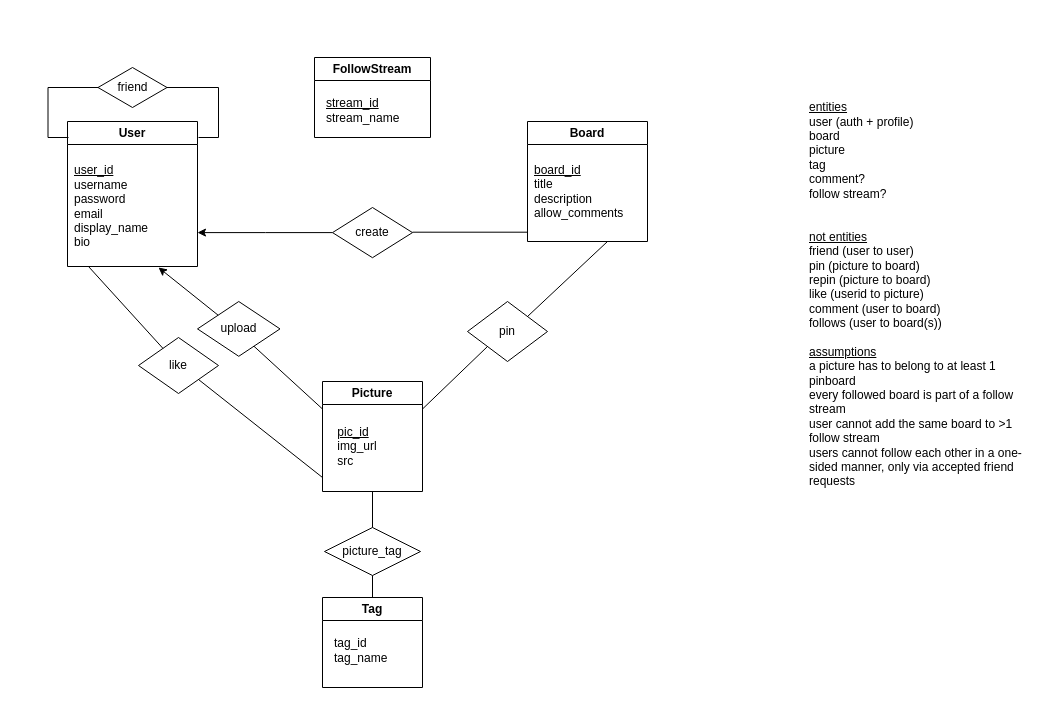
This is finalproject-er1.drawio from cucumberpeel/drawio-diagrams, a draw.io file, before an edit. Source tidied: cells renumbered, new cells numbered last; positions are measured from the earlier drawing's top-left corner, leaving out a move shared by most shapes. Both pictures are drawn from the tidied source at 100%, with x=0, y=0 at pixel (48, 57).
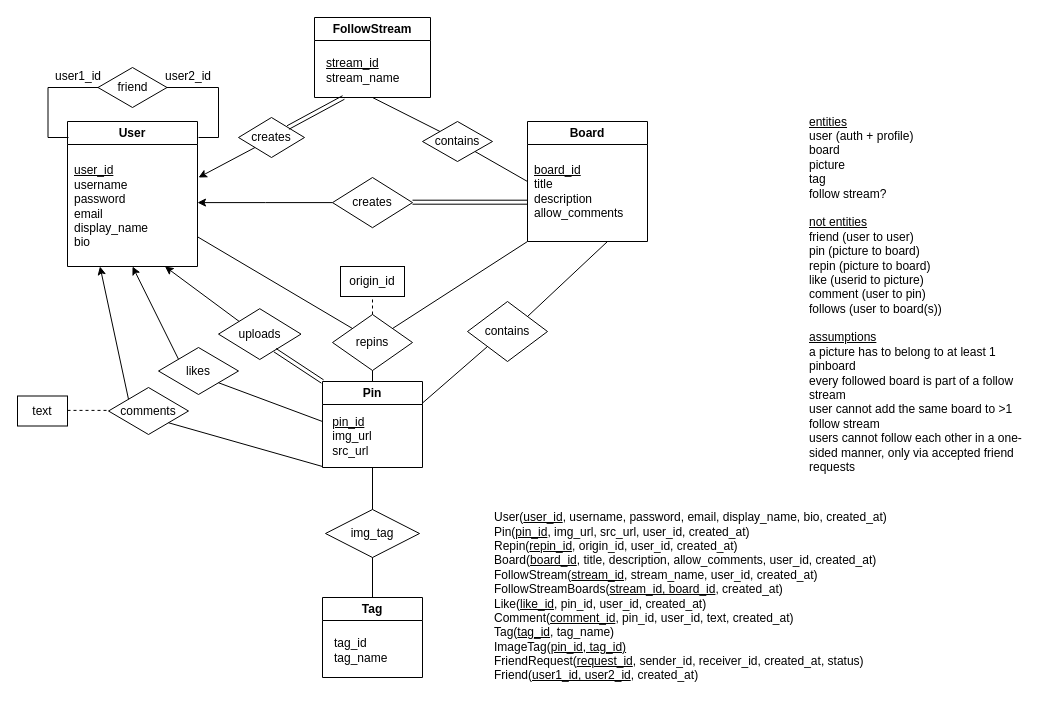
Above is the later version.

Unchanged cells that the change refers to:
```xml
<mxCell id="2" value="User" style="swimlane;whiteSpace=wrap;html=1;" parent="1" vertex="1">
  <mxGeometry x="19" y="64" width="130" height="145" as="geometry" />
</mxCell>
<mxCell id="4" value="Board" style="swimlane;whiteSpace=wrap;html=1;" parent="1" vertex="1">
  <mxGeometry x="479" y="64" width="120" height="120" as="geometry" />
</mxCell>
```

Diff of the diagram source:
```diff
@@
-    <mxCell id="6" value="&lt;div&gt;&lt;u&gt;entities&lt;/u&gt;&lt;/div&gt;user (auth + profile)&lt;div&gt;board&lt;/div&gt;&lt;div&gt;picture&lt;/div&gt;&lt;div&gt;tag&lt;/div&gt;&lt;div&gt;&lt;span style=&quot;background-color: transparent; color: light-dark(rgb(0, 0, 0), rgb(255, 255, 255));&quot;&gt;comment?&lt;/span&gt;&lt;/div&gt;&lt;div&gt;follow stream?&lt;/div&gt;&lt;div&gt;&lt;br&gt;&lt;/div&gt;&lt;div&gt;&lt;br&gt;&lt;/div&gt;&lt;div&gt;&lt;u&gt;not entities&lt;/u&gt;&lt;/div&gt;&lt;div&gt;friend (user to user)&lt;/div&gt;&lt;div&gt;pin (picture to board)&lt;/div&gt;&lt;div&gt;repin (picture to board)&lt;/div&gt;&lt;div&gt;&lt;div style=&quot;--tw-scale-x: 1; --tw-scale-y: 1; --tw-pan-x: ; --tw-pan-y: ; --tw-pinch-zoom: ; --tw-scroll-snap-strictness: proximity; --tw-gradient-from-position: ; --tw-gradient-via-position: ; --tw-gradient-to-position: ; --tw-ordinal: ; --tw-slashed-zero: ; --tw-numeric-figure: ; --tw-numeric-spacing: ; --tw-numeric-fraction: ; --tw-ring-inset: ; --tw-ring-offset-width: 0px; --tw-ring-offset-color: light-dark(#fff, #000000); --tw-ring-color: rgb(59 130 246 / .5); --tw-ring-offset-shadow: 0 0 #0000; --tw-ring-shadow: 0 0 #0000; --tw-shadow: 0 0 #0000; --tw-shadow-colored: 0 0 #0000; --tw-blur: ; --tw-brightness: ; --tw-contrast: ; --tw-grayscale: ; --tw-hue-rotate: ; --tw-invert: ; --tw-saturate: ; --tw-sepia: ; --tw-drop-shadow: ; --tw-backdrop-blur: ; --tw-backdrop-brightness: ; --tw-backdrop-contrast: ; --tw-backdrop-grayscale: ; --tw-backdrop-hue-rotate: ; --tw-backdrop-invert: ; --tw-backdrop-opacity: ; --tw-backdrop-saturate: ; --tw-backdrop-sepia: ;&quot;&gt;like (userid to picture)&lt;/div&gt;&lt;/div&gt;&lt;div style=&quot;--tw-scale-x: 1; --tw-scale-y: 1; --tw-pan-x: ; --tw-pan-y: ; --tw-pinch-zoom: ; --tw-scroll-snap-strictness: proximity; --tw-gradient-from-position: ; --tw-gradient-via-position: ; --tw-gradient-to-position: ; --tw-ordinal: ; --tw-slashed-zero: ; --tw-numeric-figure: ; --tw-numeric-spacing: ; --tw-numeric-fraction: ; --tw-ring-inset: ; --tw-ring-offset-width: 0px; --tw-ring-offset-color: light-dark(#fff, #000000); --tw-ring-color: rgb(59 130 246 / .5); --tw-ring-offset-shadow: 0 0 #0000; --tw-ring-shadow: 0 0 #0000; --tw-shadow: 0 0 #0000; --tw-shadow-colored: 0 0 #0000; --tw-blur: ; --tw-brightness: ; --tw-contrast: ; --tw-grayscale: ; --tw-hue-rotate: ; --tw-invert: ; --tw-saturate: ; --tw-sepia: ; --tw-drop-shadow: ; --tw-backdrop-blur: ; --tw-backdrop-brightness: ; --tw-backdrop-contrast: ; --tw-backdrop-grayscale: ; --tw-backdrop-hue-rotate: ; --tw-backdrop-invert: ; --tw-backdrop-opacity: ; --tw-backdrop-saturate: ; --tw-backdrop-sepia: ;&quot;&gt;comment (user to board)&lt;/div&gt;&lt;div style=&quot;--tw-scale-x: 1; --tw-scale-y: 1; --tw-pan-x: ; --tw-pan-y: ; --tw-pinch-zoom: ; --tw-scroll-snap-strictness: proximity; --tw-gradient-from-position: ; --tw-gradient-via-position: ; --tw-gradient-to-position: ; --tw-ordinal: ; --tw-slashed-zero: ; --tw-numeric-figure: ; --tw-numeric-spacing: ; --tw-numeric-fraction: ; --tw-ring-inset: ; --tw-ring-offset-width: 0px; --tw-ring-offset-color: light-dark(#fff, #000000); --tw-ring-color: rgb(59 130 246 / .5); --tw-ring-offset-shadow: 0 0 #0000; --tw-ring-shadow: 0 0 #0000; --tw-shadow: 0 0 #0000; --tw-shadow-colored: 0 0 #0000; --tw-blur: ; --tw-brightness: ; --tw-contrast: ; --tw-grayscale: ; --tw-hue-rotate: ; --tw-invert: ; --tw-saturate: ; --tw-sepia: ; --tw-drop-shadow: ; --tw-backdrop-blur: ; --tw-backdrop-brightness: ; --tw-backdrop-contrast: ; --tw-backdrop-grayscale: ; --tw-backdrop-hue-rotate: ; --tw-backdrop-invert: ; --tw-backdrop-opacity: ; --tw-backdrop-saturate: ; --tw-backdrop-sepia: ;&quot;&gt;follows (user to board(s))&lt;/div&gt;&lt;div&gt;&lt;br&gt;&lt;/div&gt;&lt;div&gt;&lt;u&gt;assumptions&lt;/u&gt;&lt;br&gt;a picture has to belong to at least 1 pinboard&lt;/div&gt;&lt;div&gt;every followed board is part of a follow stream&lt;/div&gt;&lt;div&gt;user cannot add the same board to &amp;gt;1 follow stream&lt;/div&gt;&lt;div&gt;users cannot follow each other in a one-sided manner, only via accepted friend requests&lt;/div&gt;" style="text;html=1;align=left;verticalAlign=middle;whiteSpace=wrap;rounded=0;" parent="1" vertex="1">
+    <mxCell id="6" value="&lt;div&gt;&lt;u&gt;entities&lt;/u&gt;&lt;/div&gt;user (auth + profile)&lt;div&gt;board&lt;/div&gt;&lt;div&gt;picture&lt;/div&gt;&lt;div&gt;tag&lt;/div&gt;&lt;div&gt;&lt;span style=&quot;background-color: transparent; color: light-dark(rgb(0, 0, 0), rgb(255, 255, 255));&quot;&gt;follow stream?&lt;/span&gt;&lt;/div&gt;&lt;div&gt;&lt;br&gt;&lt;/div&gt;&lt;div&gt;&lt;u&gt;not entities&lt;/u&gt;&lt;/div&gt;&lt;div&gt;friend (user to user)&lt;/div&gt;&lt;div&gt;pin (picture to board)&lt;/div&gt;&lt;div&gt;repin (picture to board)&lt;/div&gt;&lt;div&gt;&lt;div style=&quot;--tw-scale-x: 1; --tw-scale-y: 1; --tw-pan-x: ; --tw-pan-y: ; --tw-pinch-zoom: ; --tw-scroll-snap-strictness: proximity; --tw-gradient-from-position: ; --tw-gradient-via-position: ; --tw-gradient-to-position: ; --tw-ordinal: ; --tw-slashed-zero: ; --tw-numeric-figure: ; --tw-numeric-spacing: ; --tw-numeric-fraction: ; --tw-ring-inset: ; --tw-ring-offset-width: 0px; --tw-ring-offset-color: light-dark(#fff, #000000); --tw-ring-color: rgb(59 130 246 / .5); --tw-ring-offset-shadow: 0 0 #0000; --tw-ring-shadow: 0 0 #0000; --tw-shadow: 0 0 #0000; --tw-shadow-colored: 0 0 #0000; --tw-blur: ; --tw-brightness: ; --tw-contrast: ; --tw-grayscale: ; --tw-hue-rotate: ; --tw-invert: ; --tw-saturate: ; --tw-sepia: ; --tw-drop-shadow: ; --tw-backdrop-blur: ; --tw-backdrop-brightness: ; --tw-backdrop-contrast: ; --tw-backdrop-grayscale: ; --tw-backdrop-hue-rotate: ; --tw-backdrop-invert: ; --tw-backdrop-opacity: ; --tw-backdrop-saturate: ; --tw-backdrop-sepia: ;&quot;&gt;like (userid to picture)&lt;/div&gt;&lt;/div&gt;&lt;div style=&quot;--tw-scale-x: 1; --tw-scale-y: 1; --tw-pan-x: ; --tw-pan-y: ; --tw-pinch-zoom: ; --tw-scroll-snap-strictness: proximity; --tw-gradient-from-position: ; --tw-gradient-via-position: ; --tw-gradient-to-position: ; --tw-ordinal: ; --tw-slashed-zero: ; --tw-numeric-figure: ; --tw-numeric-spacing: ; --tw-numeric-fraction: ; --tw-ring-inset: ; --tw-ring-offset-width: 0px; --tw-ring-offset-color: light-dark(#fff, #000000); --tw-ring-color: rgb(59 130 246 / .5); --tw-ring-offset-shadow: 0 0 #0000; --tw-ring-shadow: 0 0 #0000; --tw-shadow: 0 0 #0000; --tw-shadow-colored: 0 0 #0000; --tw-blur: ; --tw-brightness: ; --tw-contrast: ; --tw-grayscale: ; --tw-hue-rotate: ; --tw-invert: ; --tw-saturate: ; --tw-sepia: ; --tw-drop-shadow: ; --tw-backdrop-blur: ; --tw-backdrop-brightness: ; --tw-backdrop-contrast: ; --tw-backdrop-grayscale: ; --tw-backdrop-hue-rotate: ; --tw-backdrop-invert: ; --tw-backdrop-opacity: ; --tw-backdrop-saturate: ; --tw-backdrop-sepia: ;&quot;&gt;comment (user to pin)&lt;/div&gt;&lt;div style=&quot;--tw-scale-x: 1; --tw-scale-y: 1; --tw-pan-x: ; --tw-pan-y: ; --tw-pinch-zoom: ; --tw-scroll-snap-strictness: proximity; --tw-gradient-from-position: ; --tw-gradient-via-position: ; --tw-gradient-to-position: ; --tw-ordinal: ; --tw-slashed-zero: ; --tw-numeric-figure: ; --tw-numeric-spacing: ; --tw-numeric-fraction: ; --tw-ring-inset: ; --tw-ring-offset-width: 0px; --tw-ring-offset-color: light-dark(#fff, #000000); --tw-ring-color: rgb(59 130 246 / .5); --tw-ring-offset-shadow: 0 0 #0000; --tw-ring-shadow: 0 0 #0000; --tw-shadow: 0 0 #0000; --tw-shadow-colored: 0 0 #0000; --tw-blur: ; --tw-brightness: ; --tw-contrast: ; --tw-grayscale: ; --tw-hue-rotate: ; --tw-invert: ; --tw-saturate: ; --tw-sepia: ; --tw-drop-shadow: ; --tw-backdrop-blur: ; --tw-backdrop-brightness: ; --tw-backdrop-contrast: ; --tw-backdrop-grayscale: ; --tw-backdrop-hue-rotate: ; --tw-backdrop-invert: ; --tw-backdrop-opacity: ; --tw-backdrop-saturate: ; --tw-backdrop-sepia: ;&quot;&gt;follows (user to board(s))&lt;/div&gt;&lt;div&gt;&lt;br&gt;&lt;/div&gt;&lt;div&gt;&lt;u&gt;assumptions&lt;/u&gt;&lt;br&gt;a picture has to belong to at least 1 pinboard&lt;/div&gt;&lt;div&gt;every followed board is part of a follow stream&lt;/div&gt;&lt;div&gt;user cannot add the same board to &amp;gt;1 follow stream&lt;/div&gt;&lt;div&gt;users cannot follow each other in a one-sided manner, only via accepted friend requests&lt;/div&gt;" style="text;html=1;align=left;verticalAlign=middle;whiteSpace=wrap;rounded=0;" parent="1" vertex="1">
       <mxGeometry x="759" y="22" width="230" height="430" as="geometry" />
     </mxCell>
-    <mxCell id="7" value="Picture" style="swimlane;whiteSpace=wrap;html=1;" parent="1" vertex="1">
-      <mxGeometry x="274" y="324" width="100" height="110" as="geometry" />
+    <mxCell id="7" value="Pin" style="swimlane;whiteSpace=wrap;html=1;" parent="1" vertex="1">
+      <mxGeometry x="274" y="324" width="100" height="86" as="geometry" />
     </mxCell>
-    <mxCell id="8" value="&lt;div style=&quot;text-align: left;&quot;&gt;&lt;u style=&quot;background-color: transparent; color: light-dark(rgb(0, 0, 0), rgb(255, 255, 255));&quot;&gt;pic_id&lt;/u&gt;&lt;/div&gt;&lt;div style=&quot;text-align: left;&quot;&gt;img_url&lt;/div&gt;&lt;div style=&quot;text-align: left;&quot;&gt;src&lt;/div&gt;" style="text;html=1;align=center;verticalAlign=middle;whiteSpace=wrap;rounded=0;" parent="7" vertex="1">
-      <mxGeometry x="5" y="35" width="60" height="60" as="geometry" />
+    <mxCell id="8" value="&lt;div style=&quot;text-align: left;&quot;&gt;&lt;u&gt;pin_id&lt;/u&gt;&lt;/div&gt;&lt;div style=&quot;text-align: left;&quot;&gt;img_url&lt;/div&gt;&lt;div style=&quot;text-align: left;&quot;&gt;src_url&lt;/div&gt;" style="text;html=1;align=center;verticalAlign=middle;whiteSpace=wrap;rounded=0;" parent="7" vertex="1">
+      <mxGeometry y="25" width="60" height="60" as="geometry" />
     </mxCell>
     <mxCell id="9" value="Tag" style="swimlane;whiteSpace=wrap;html=1;" parent="1" vertex="1">
-      <mxGeometry x="274" y="540" width="100" height="90" as="geometry" />
+      <mxGeometry x="274" y="540" width="100" height="80" as="geometry" />
     </mxCell>
@@
     <mxCell id="11" style="edgeStyle=orthogonalEdgeStyle;rounded=0;jettySize=auto;html=1;entryX=1;entryY=0.5;entryDx=0;entryDy=0;" parent="1" edge="1" source="12">
       <mxGeometry relative="1" as="geometry">
-        <mxPoint x="149" y="175.1" as="targetPoint" />
+        <mxPoint x="149" y="145.1" as="targetPoint" />
       </mxGeometry>
     </mxCell>
-    <mxCell id="12" value="create" style="rhombus;whiteSpace=wrap;html=1;" parent="1" vertex="1">
-      <mxGeometry x="284" y="150" width="80" height="50.2" as="geometry" />
+    <mxCell id="12" value="creates" style="rhombus;whiteSpace=wrap;html=1;" parent="1" vertex="1">
+      <mxGeometry x="284" y="120" width="80" height="50.2" as="geometry" />
     </mxCell>
-    <mxCell id="13" style="endArrow=none;html=1;rounded=0;" parent="1" edge="1">
+    <mxCell id="13" style="endArrow=none;html=1;rounded=0;shape=link;" parent="1" edge="1">
       <mxGeometry relative="1" as="geometry">
-        <mxPoint x="364" y="174.7" as="sourcePoint" />
-        <mxPoint x="479" y="174.7" as="targetPoint" />
+        <mxPoint x="364" y="144.7" as="sourcePoint" />
+        <mxPoint x="479" y="144.7" as="targetPoint" />
       </mxGeometry>
     </mxCell>
-    <mxCell id="14" value="pin" style="rhombus;whiteSpace=wrap;html=1;" parent="1" vertex="1">
+    <mxCell id="14" value="contains" style="rhombus;whiteSpace=wrap;html=1;" parent="1" vertex="1">
       <mxGeometry x="419" y="244" width="80" height="60" as="geometry" />
     </mxCell>
@@
-    <mxCell id="17" value="upload" style="rhombus;whiteSpace=wrap;html=1;" parent="1" vertex="1">
-      <mxGeometry x="149" y="244" width="82.5" height="54.8" as="geometry" />
+    <mxCell id="17" value="uploads" style="rhombus;whiteSpace=wrap;html=1;" parent="1" vertex="1">
+      <mxGeometry x="170" y="251.2" width="82.5" height="50.8" as="geometry" />
     </mxCell>
-    <mxCell id="18" style="endArrow=none;html=1;rounded=0;exitX=0;exitY=0.25;exitDx=0;exitDy=0;entryX=0.684;entryY=0.816;entryDx=0;entryDy=0;entryPerimeter=0;" parent="1" edge="1" source="7" target="17">
+    <mxCell id="18" style="endArrow=none;html=1;rounded=0;entryX=0.684;entryY=0.816;entryDx=0;entryDy=0;entryPerimeter=0;shape=link;exitX=0;exitY=0;exitDx=0;exitDy=0;" parent="1" edge="1" source="7" target="17">
       <mxGeometry relative="1" as="geometry" />
     </mxCell>
-    <mxCell id="19" style="endArrow=classic;html=1;rounded=0;exitX=0;exitY=0;exitDx=0;exitDy=0;" parent="1" edge="1" source="17">
-      <mxGeometry relative="1" as="geometry">
-        <mxPoint x="110" y="210" as="targetPoint" />
-      </mxGeometry>
+    <mxCell id="19" style="endArrow=classic;html=1;rounded=0;exitX=0;exitY=0;exitDx=0;exitDy=0;entryX=0.75;entryY=1;entryDx=0;entryDy=0;" parent="1" edge="1" source="17" target="2">
+      <mxGeometry relative="1" as="geometry" />
     </mxCell>
@@
-    <mxCell id="23" value="picture_tag" style="rhombus;whiteSpace=wrap;html=1;" parent="1" vertex="1">
-      <mxGeometry x="276" y="470" width="96" height="48" as="geometry" />
+    <mxCell id="23" value="img_tag" style="rhombus;whiteSpace=wrap;html=1;" parent="1" vertex="1">
+      <mxGeometry x="277" y="452" width="94" height="48" as="geometry" />
     </mxCell>
-    <mxCell id="24" style="endArrow=none;html=1;rounded=0;exitX=0.5;exitY=0;exitDx=0;exitDy=0;entryX=0.5;entryY=1;entryDx=0;entryDy=0;" parent="1" edge="1" source="23" target="7">
+    <mxCell id="24" style="endArrow=none;html=1;rounded=0;entryX=0.5;entryY=1;entryDx=0;entryDy=0;" parent="1" edge="1" source="23" target="7">
       <mxGeometry relative="1" as="geometry" />
     </mxCell>
@@
-    <mxCell id="26" value="like" style="rhombus;whiteSpace=wrap;html=1;" parent="1" vertex="1">
-      <mxGeometry x="90" y="280" width="80" height="56" as="geometry" />
+    <mxCell id="26" value="repins" style="rhombus;whiteSpace=wrap;html=1;" parent="1" vertex="1">
+      <mxGeometry x="284" y="257" width="80" height="56" as="geometry" />
     </mxCell>
-    <mxCell id="27" style="endArrow=none;html=1;rounded=0;" parent="1" edge="1" source="26">
-      <mxGeometry relative="1" as="geometry">
-        <mxPoint x="40" y="209" as="targetPoint" />
-      </mxGeometry>
+    <mxCell id="27" style="endArrow=none;html=1;rounded=0;entryX=0;entryY=1;entryDx=0;entryDy=0;exitX=1;exitY=0;exitDx=0;exitDy=0;" parent="1" edge="1" source="26" target="4">
+      <mxGeometry relative="1" as="geometry" />
     </mxCell>
-    <mxCell id="28" style="endArrow=none;html=1;rounded=0;entryX=1;entryY=1;entryDx=0;entryDy=0;" parent="1" edge="1" target="26">
+    <mxCell id="28" style="endArrow=none;html=1;rounded=0;entryX=1;entryY=1;entryDx=0;entryDy=0;exitX=0;exitY=0;exitDx=0;exitDy=0;" parent="1" edge="1" source="26">
       <mxGeometry relative="1" as="geometry">
-        <mxPoint x="274" y="420" as="sourcePoint" />
+        <mxPoint x="149" y="179.3" as="targetPoint" />
       </mxGeometry>
     </mxCell>
-    <mxCell id="29" value="FollowStream" style="swimlane;whiteSpace=wrap;html=1;" parent="1" vertex="1">
-      <mxGeometry x="266" width="116" height="80" as="geometry" />
+    <mxCell id="29" value="&lt;span style=&quot;background-color: light-dark(#ffffff, var(--ge-dark-color, #121212));&quot;&gt;FollowStream&lt;/span&gt;" style="swimlane;whiteSpace=wrap;html=1;" parent="1" vertex="1">
+      <mxGeometry x="266" y="-40" width="116" height="80" as="geometry" />
     </mxCell>
@@
+    <mxCell id="31" value="creates" style="rhombus;whiteSpace=wrap;html=1;" parent="1" vertex="1">
+      <mxGeometry x="190" y="60" width="66" height="40" as="geometry" />
+    </mxCell>
+    <mxCell id="32" value="contains" style="rhombus;whiteSpace=wrap;html=1;" parent="1" vertex="1">
+      <mxGeometry x="374" y="64" width="70" height="40" as="geometry" />
+    </mxCell>
+    <mxCell id="33" style="endArrow=none;html=1;rounded=0;exitX=0;exitY=0;exitDx=0;exitDy=0;entryX=0.5;entryY=1;entryDx=0;entryDy=0;" parent="1" edge="1" source="32" target="29">
+      <mxGeometry relative="1" as="geometry" />
+    </mxCell>
+    <mxCell id="34" style="endArrow=none;html=1;rounded=0;exitX=1;exitY=1;exitDx=0;exitDy=0;entryX=0;entryY=0.5;entryDx=0;entryDy=0;" parent="1" edge="1" source="32" target="4">
+      <mxGeometry relative="1" as="geometry" />
+    </mxCell>
+    <mxCell id="35" style="endArrow=none;html=1;rounded=0;exitX=1;exitY=0;exitDx=0;exitDy=0;entryX=0.25;entryY=1;entryDx=0;entryDy=0;shape=link;" parent="1" edge="1" source="31" target="29">
+      <mxGeometry relative="1" as="geometry" />
+    </mxCell>
+    <mxCell id="36" style="endArrow=classic;html=1;rounded=0;exitX=0;exitY=1;exitDx=0;exitDy=0;" parent="1" edge="1" source="31">
+      <mxGeometry relative="1" as="geometry">
+        <mxPoint x="150" y="120" as="targetPoint" />
+      </mxGeometry>
+    </mxCell>
+    <mxCell id="37" value="user1_id" style="text;html=1;align=center;verticalAlign=middle;whiteSpace=wrap;rounded=0;" parent="1" vertex="1">
+      <mxGeometry y="4" width="60" height="30" as="geometry" />
+    </mxCell>
+    <mxCell id="38" value="user2_id" style="text;html=1;align=center;verticalAlign=middle;whiteSpace=wrap;rounded=0;" parent="1" vertex="1">
+      <mxGeometry x="110" y="4" width="60" height="30" as="geometry" />
+    </mxCell>
+    <mxCell id="39" value="likes" style="rhombus;whiteSpace=wrap;html=1;" parent="1" vertex="1">
+      <mxGeometry x="110" y="290" width="80" height="47" as="geometry" />
+    </mxCell>
+    <mxCell id="40" style="endArrow=none;html=1;rounded=0;entryX=1;entryY=1;entryDx=0;entryDy=0;exitX=0;exitY=0.25;exitDx=0;exitDy=0;" parent="1" edge="1" source="8" target="39">
+      <mxGeometry relative="1" as="geometry" />
+    </mxCell>
+    <mxCell id="41" style="endArrow=none;html=1;rounded=0;entryX=0.5;entryY=1;entryDx=0;entryDy=0;exitX=0.5;exitY=0;exitDx=0;exitDy=0;" parent="1" edge="1" source="7" target="26">
+      <mxGeometry relative="1" as="geometry" />
+    </mxCell>
+    <mxCell id="42" value="origin_id" style="rounded=0;whiteSpace=wrap;html=1;" parent="1" vertex="1">
+      <mxGeometry x="292" y="209" width="64" height="30" as="geometry" />
+    </mxCell>
+    <mxCell id="43" style="endArrow=none;dashed=1;html=1;rounded=0;entryX=0.5;entryY=1;entryDx=0;entryDy=0;exitX=0.5;exitY=0;exitDx=0;exitDy=0;" parent="1" edge="1" source="26" target="42">
+      <mxGeometry relative="1" as="geometry" />
+    </mxCell>
+    <mxCell id="44" value="comments" style="rhombus;whiteSpace=wrap;html=1;" parent="1" vertex="1">
+      <mxGeometry x="60" y="330" width="80" height="47" as="geometry" />
+    </mxCell>
+    <mxCell id="45" style="endArrow=none;html=1;rounded=0;exitX=1;exitY=1;exitDx=0;exitDy=0;entryX=0;entryY=1;entryDx=0;entryDy=0;" parent="1" edge="1" source="44" target="8">
+      <mxGeometry relative="1" as="geometry" />
+    </mxCell>
+    <mxCell id="46" style="endArrow=classic;html=1;rounded=0;entryX=0.5;entryY=1;entryDx=0;entryDy=0;exitX=0;exitY=0;exitDx=0;exitDy=0;" parent="1" edge="1" source="39" target="2">
+      <mxGeometry relative="1" as="geometry" />
+    </mxCell>
+    <mxCell id="47" style="endArrow=classic;html=1;rounded=0;exitX=0;exitY=0;exitDx=0;exitDy=0;entryX=0.25;entryY=1;entryDx=0;entryDy=0;" parent="1" edge="1" source="44" target="2">
+      <mxGeometry relative="1" as="geometry" />
+    </mxCell>
+    <mxCell id="48" value="User(&lt;u&gt;user_id&lt;/u&gt;, username, password, email, display_name, bio, created_at)&lt;div&gt;Pin(&lt;u&gt;pin_id&lt;/u&gt;, img_url, src_url, user_id, created_at)&lt;/div&gt;&lt;div&gt;Repin(&lt;u&gt;repin_id&lt;/u&gt;, origin_id, user_id, created_at)&lt;/div&gt;&lt;div&gt;Board(&lt;u&gt;board_id&lt;/u&gt;, title, description, allow_comments, user_id, created_at)&lt;/div&gt;&lt;div&gt;FollowStream(&lt;u&gt;stream_id&lt;/u&gt;, stream_name, user_id, created_at)&lt;/div&gt;&lt;div&gt;FollowStreamBoards(&lt;u&gt;stream_id, board_id&lt;/u&gt;, created_at)&lt;/div&gt;&lt;div&gt;Like(&lt;u&gt;like_id&lt;/u&gt;, pin_id, user_id, created_at)&lt;/div&gt;&lt;div&gt;Comment(&lt;u&gt;comment_id&lt;/u&gt;, pin_id, user_id, text, created_at)&lt;/div&gt;&lt;div&gt;Tag(&lt;u&gt;tag_id&lt;/u&gt;, tag_name)&lt;/div&gt;&lt;div&gt;ImageTag(&lt;u&gt;pin_id, tag_id)&lt;/u&gt;&lt;/div&gt;&lt;div&gt;FriendRequest(&lt;u&gt;request_id&lt;/u&gt;, sender_id, receiver_id, created_at, status)&lt;/div&gt;&lt;div&gt;Friend(&lt;u&gt;user1_id, user2_id&lt;/u&gt;, created_at)&lt;/div&gt;" style="text;html=1;align=left;verticalAlign=middle;whiteSpace=wrap;rounded=0;" parent="1" vertex="1">
+      <mxGeometry x="444" y="440" width="501" height="198" as="geometry" />
+    </mxCell>
+    <mxCell id="49" style="endArrow=none;dashed=1;html=1;rounded=0;" parent="1" edge="1">
+      <mxGeometry relative="1" as="geometry">
+        <mxPoint x="19" y="352.9" as="sourcePoint" />
+        <mxPoint x="60" y="352.9" as="targetPoint" />
+      </mxGeometry>
+    </mxCell>
+    <mxCell id="50" value="text" style="rounded=0;whiteSpace=wrap;html=1;" parent="1" vertex="1">
+      <mxGeometry x="-31" y="338.5" width="50" height="30" as="geometry" />
+    </mxCell>
```
